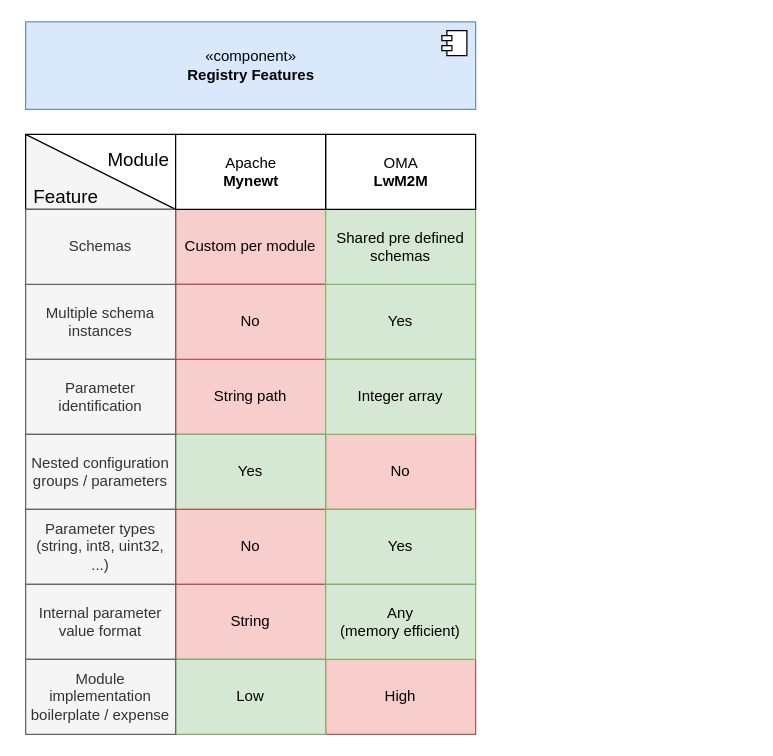
Before: doc/drawio/related_work_influences.drawio in LasseRosenow/riot-runtime-config, a draw.io diagram. Source tidied: cells renumbered, new cells numbered last; positions are measured from the earlier drawing's top-left corner, leaving out a move shared by most shapes. Both pictures are drawn from the tidied source at 125%, with x=0, y=0 at pixel (21, 21).
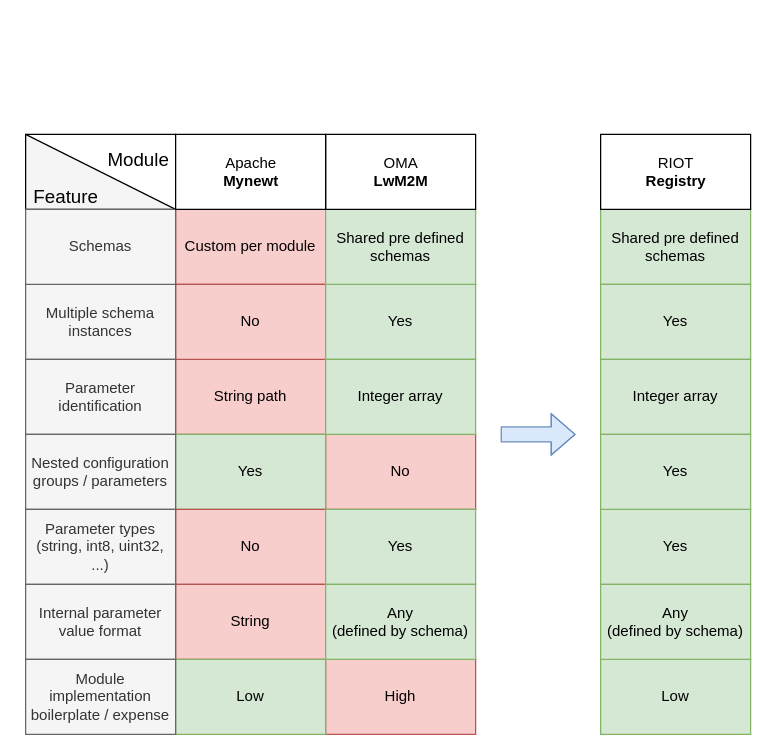
Above is the later version.

Diff of the diagram source:
```diff
@@
-    <mxCell id="6" value="«component»&lt;br&gt;&lt;b&gt;Registry Features&lt;/b&gt;" style="html=1;verticalAlign=middle;fillColor=#dae8fc;strokeColor=#6c8ebf;" parent="1" vertex="1">
-      <mxGeometry x="3" width="360" height="70" as="geometry" />
-    </mxCell>
-    <mxCell id="7" style="shape=module;jettyWidth=8;jettyHeight=4;" parent="6" vertex="1">
-      <mxGeometry x="1" width="20" height="20" relative="1" as="geometry">
-        <mxPoint x="-27" y="7" as="offset" />
-      </mxGeometry>
-    </mxCell>
@@
-    <mxCell id="33" value="Any&lt;br&gt;(memory efficient)" style="rounded=0;whiteSpace=wrap;html=1;fillColor=#d5e8d4;strokeColor=#82b366;" parent="1" vertex="1">
+    <mxCell id="33" value="Any&lt;br&gt;(defined by schema)" style="rounded=0;whiteSpace=wrap;html=1;fillColor=#d5e8d4;strokeColor=#82b366;" parent="1" vertex="1">
       <mxGeometry x="243" y="450" width="120" height="60" as="geometry" />
     </mxCell>
+    <mxCell id="34" value="Shared pre defined schemas" style="rounded=0;whiteSpace=wrap;html=1;fillColor=#d5e8d4;strokeColor=#82b366;" parent="1" vertex="1">
+      <mxGeometry x="463" y="150" width="120" height="60" as="geometry" />
+    </mxCell>
+    <mxCell id="35" value="Yes" style="rounded=0;whiteSpace=wrap;html=1;fillColor=#d5e8d4;strokeColor=#82b366;" parent="1" vertex="1">
+      <mxGeometry x="463" y="210" width="120" height="60" as="geometry" />
+    </mxCell>
+    <mxCell id="36" value="RIOT&lt;br&gt;&lt;b&gt;Registry&lt;/b&gt;" style="html=1;verticalAlign=middle;" parent="1" vertex="1">
+      <mxGeometry x="463" y="90" width="120" height="60" as="geometry" />
+    </mxCell>
+    <mxCell id="37" value="Integer array" style="rounded=0;whiteSpace=wrap;html=1;fillColor=#d5e8d4;strokeColor=#82b366;" parent="1" vertex="1">
+      <mxGeometry x="463" y="270" width="120" height="60" as="geometry" />
+    </mxCell>
+    <mxCell id="38" value="Yes" style="rounded=0;whiteSpace=wrap;html=1;fillColor=#d5e8d4;strokeColor=#82b366;" parent="1" vertex="1">
+      <mxGeometry x="463" y="390" width="120" height="60" as="geometry" />
+    </mxCell>
+    <mxCell id="39" value="Low" style="rounded=0;whiteSpace=wrap;html=1;fillColor=#d5e8d4;strokeColor=#82b366;" parent="1" vertex="1">
+      <mxGeometry x="463" y="510" width="120" height="60" as="geometry" />
+    </mxCell>
+    <mxCell id="40" value="Yes" style="rounded=0;whiteSpace=wrap;html=1;fillColor=#d5e8d4;strokeColor=#82b366;" parent="1" vertex="1">
+      <mxGeometry x="463" y="330" width="120" height="60" as="geometry" />
+    </mxCell>
+    <mxCell id="41" style="shape=flexArrow;endArrow=classic;html=1;width=12;endSize=6;fillColor=#dae8fc;strokeColor=#6c8ebf;" parent="1" edge="1">
+      <mxGeometry relative="1" as="geometry">
+        <mxPoint x="383" y="330" as="sourcePoint" />
+        <mxPoint x="443" y="330" as="targetPoint" />
+        <Array as="points">
+          <mxPoint x="413" y="330" />
+        </Array>
+      </mxGeometry>
+    </mxCell>
+    <mxCell id="42" value="Any&lt;br&gt;(defined by schema)" style="rounded=0;whiteSpace=wrap;html=1;fillColor=#d5e8d4;strokeColor=#82b366;" parent="1" vertex="1">
+      <mxGeometry x="463" y="450" width="120" height="60" as="geometry" />
+    </mxCell>
```
